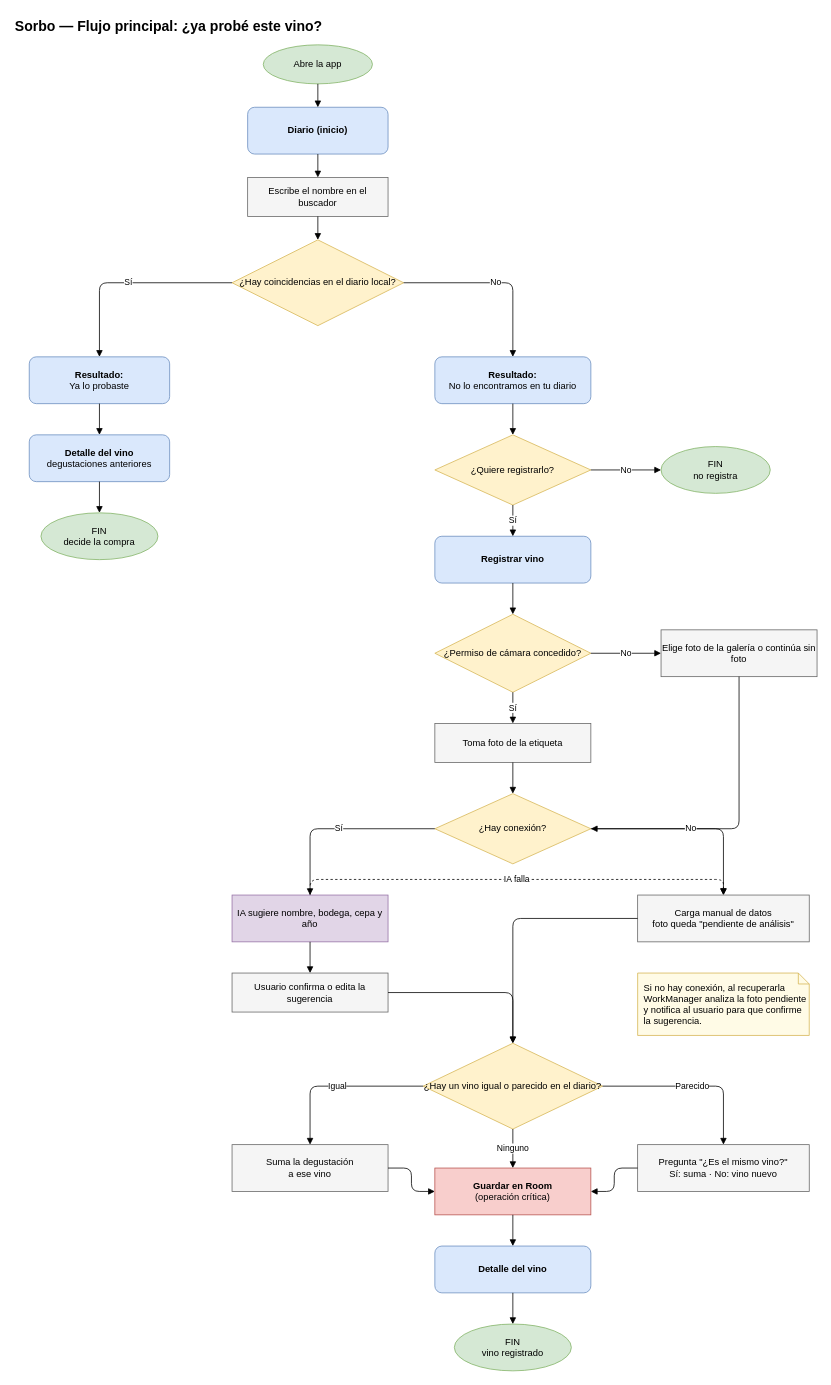
The draw.io diagram page "Flujo de pantallas" (1 of 5) of docs/diagramas/sorbo.drawio in alejogarciabosio/sorbo-app, before the edit. Source tidied: cells renumbered, new cells numbered last; positions are measured from the earlier drawing's top-left corner, leaving out a move shared by most shapes. Both pictures are drawn from the tidied source at 78%, with x=0, y=0 at pixel (13, 13).
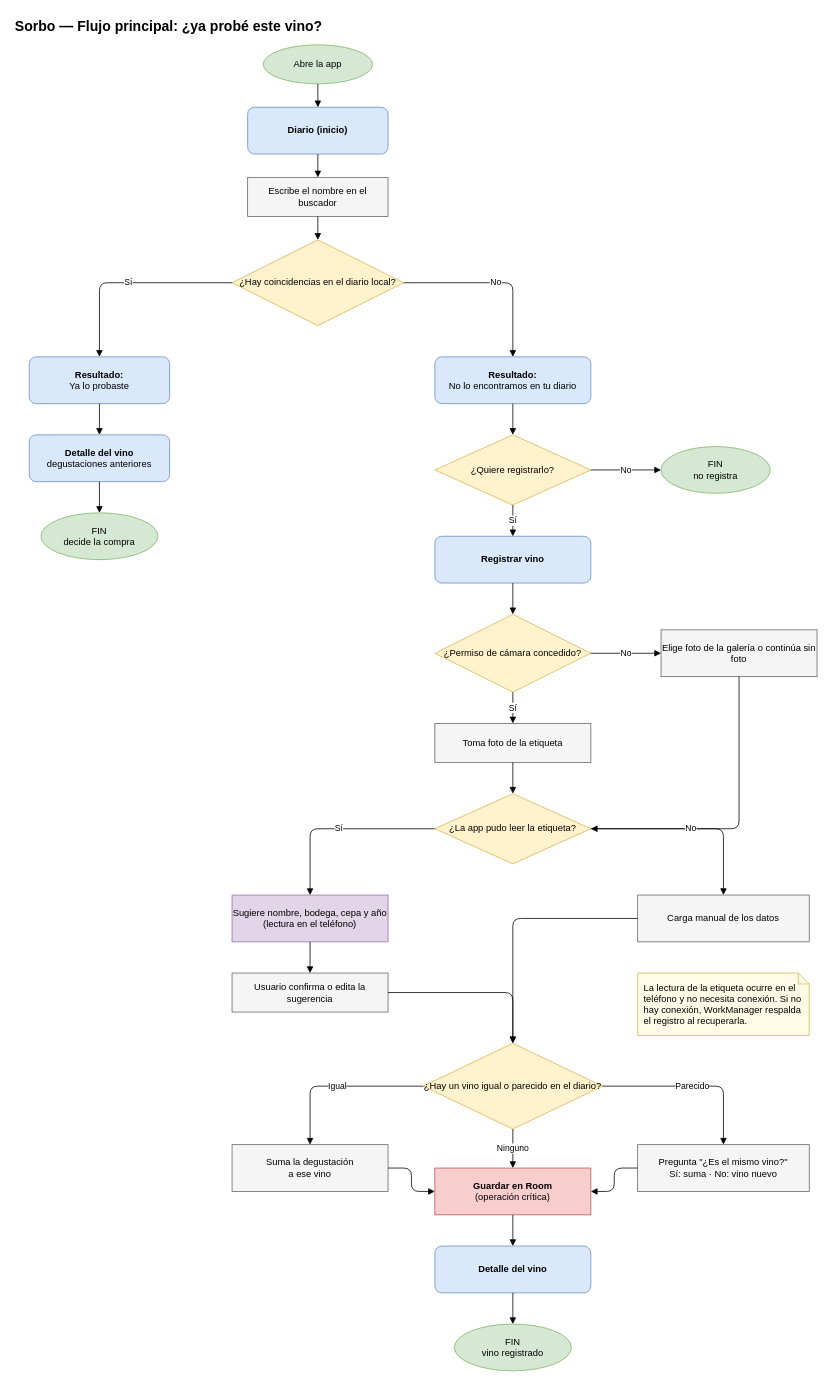
After the change.

Commit message (it also covers changes not shown here):
docs: diagramas con lectura local de etiquetas y respaldo sin servicios de IA

Change to the diagram source:
```diff
@@
-    <mxCell id="17" value="¿Hay conexión?" style="rhombus;whiteSpace=wrap;html=1;fillColor=#fff2cc;strokeColor=#d6b656;" parent="1" vertex="1">
+    <mxCell id="17" value="¿La app pudo leer la etiqueta?" style="rhombus;whiteSpace=wrap;html=1;fillColor=#fff2cc;strokeColor=#d6b656;" parent="1" vertex="1">
       <mxGeometry x="540" y="1000" width="200" height="90" as="geometry" />
     </mxCell>
-    <mxCell id="18" value="IA sugiere nombre, bodega, cepa y año" style="rounded=0;whiteSpace=wrap;html=1;fillColor=#e1d5e7;strokeColor=#9673a6;" parent="1" vertex="1">
+    <mxCell id="18" value="Sugiere nombre, bodega, cepa y año&lt;br&gt;(lectura en el teléfono)" style="rounded=0;whiteSpace=wrap;html=1;fillColor=#e1d5e7;strokeColor=#9673a6;" parent="1" vertex="1">
       <mxGeometry x="280" y="1130" width="200" height="60" as="geometry" />
     </mxCell>
@@
-    <mxCell id="20" value="Carga manual de datos&lt;br&gt;foto queda &quot;pendiente de análisis&quot;" style="rounded=0;whiteSpace=wrap;html=1;fillColor=#f5f5f5;strokeColor=#666666;" parent="1" vertex="1">
+    <mxCell id="20" value="Carga manual de los datos" style="rounded=0;whiteSpace=wrap;html=1;fillColor=#f5f5f5;strokeColor=#666666;" parent="1" vertex="1">
       <mxGeometry x="800" y="1130" width="220" height="60" as="geometry" />
     </mxCell>
@@
-    <mxCell id="24" value="Si no hay conexión, al recuperarla WorkManager analiza la foto pendiente y notifica al usuario para que confirme la sugerencia." style="shape=note;whiteSpace=wrap;html=1;size=14;fillColor=#fffbe6;strokeColor=#d6b656;align=left;spacingLeft=6;" parent="1" vertex="1">
+    <mxCell id="24" value="La lectura de la etiqueta ocurre en el teléfono y no necesita conexión. Si no hay conexión, WorkManager respalda el registro al recuperarla." style="shape=note;whiteSpace=wrap;html=1;size=14;fillColor=#fffbe6;strokeColor=#d6b656;align=left;spacingLeft=6;" parent="1" vertex="1">
       <mxGeometry x="800" y="1230" width="220" height="80" as="geometry" />
     </mxCell>
@@
-    <mxCell id="43" value="IA falla" style="edgeStyle=orthogonalEdgeStyle;html=1;endArrow=block;dashed=1;exitX=0.5;exitY=0;entryX=0.5;entryY=0;" parent="1" edge="1" source="18" target="20">
-      <mxGeometry relative="1" as="geometry">
-        <Array as="points">
-          <mxPoint x="380" y="1110" />
-          <mxPoint x="910" y="1110" />
-        </Array>
-      </mxGeometry>
-    </mxCell>
```
